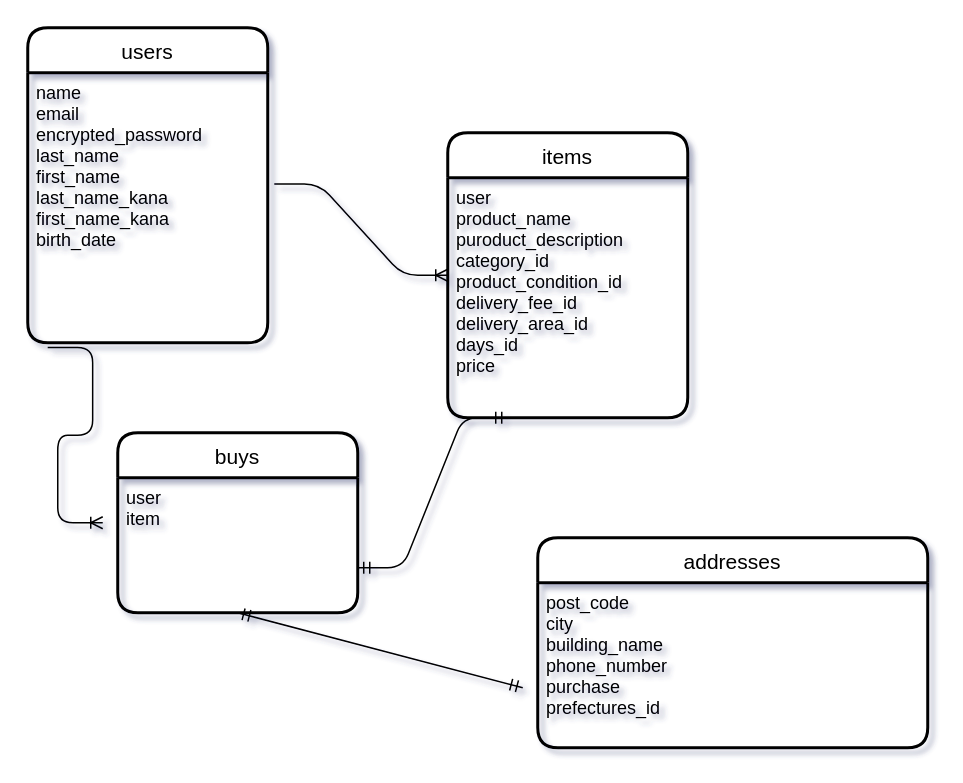
seika-tech/furima-28659 keeps this draw.io diagram as twst.dio. Above is the earlier version. Source tidied: cells renumbered, new cells numbered last; positions are measured from the earlier drawing's top-left corner, leaving out a move shared by most shapes. Both pictures are drawn from the tidied source at 150%, with x=0, y=0 at pixel (27, 27).
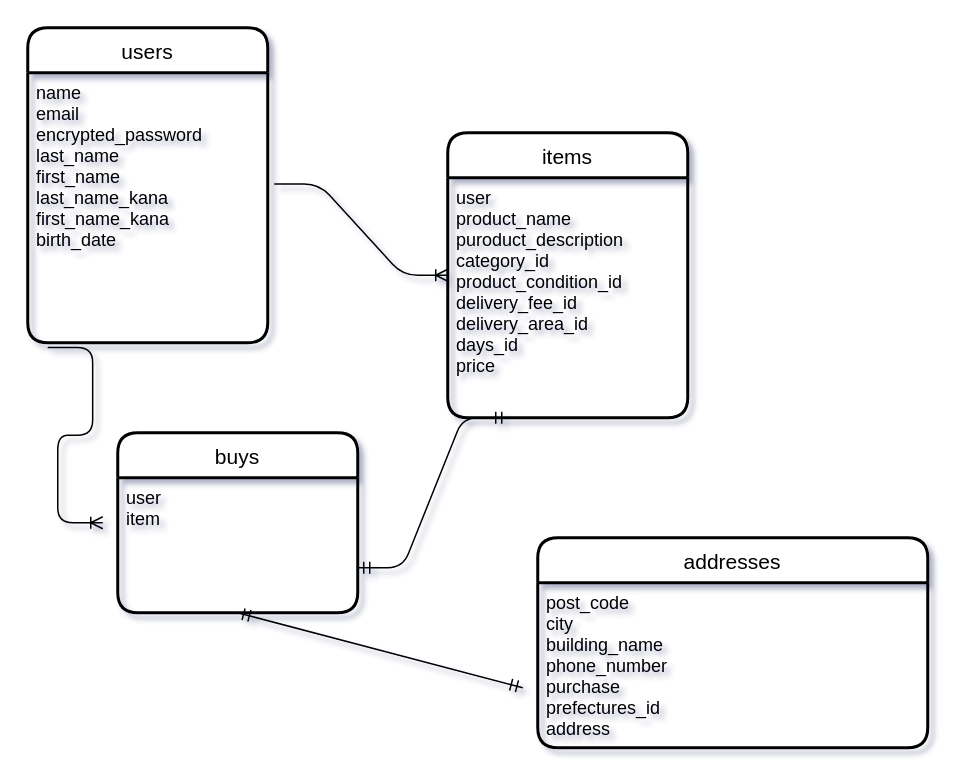
Above is the later version.

Commit message (it also covers changes not shown here):
データベースの修正４

Change to the diagram source:
```diff
@@
 <mxGraphModel shadow="1">
   <root>
     <mxCell id="0" />
     <mxCell id="1" parent="0" />
     <mxCell id="2" style="edgeStyle=none;shape=flexArrow;rounded=0;orthogonalLoop=1;jettySize=auto;html=1;endArrow=async;endFill=1;" parent="1" edge="1">
       <mxGeometry relative="1" as="geometry">
         <mxPoint x="140" y="200" as="sourcePoint" />
         <mxPoint x="140" y="200" as="targetPoint" />
       </mxGeometry>
     </mxCell>
     <mxCell id="3" value="&lt;br&gt;" style="text;html=1;align=center;verticalAlign=middle;" parent="1" vertex="1">
       <mxGeometry x="30" y="90" width="20" height="20" as="geometry" />
     </mxCell>
     <mxCell id="4" value="users" style="swimlane;horizontal=1;startSize=30;rounded=1;fontSize=14;fontStyle=0;strokeWidth=2;shadow=0;dashed=0;align=center;" parent="1" vertex="1">
       <mxGeometry width="160" height="210" as="geometry" />
     </mxCell>
     <mxCell id="5" value="name&#10;email&#10;encrypted_password&#10;last_name&#10;first_name&#10;last_name_kana&#10;first_name_kana&#10;birth_date&#10;" style="align=left;strokeColor=none;fillColor=none;spacingLeft=4;fontSize=12;verticalAlign=top;" parent="4" vertex="1">
       <mxGeometry y="30" width="160" height="180" as="geometry" />
     </mxCell>
     <mxCell id="6" style="edgeStyle=entityRelationEdgeStyle;fontSize=12;html=1;endArrow=ERoneToMany;exitX=0.083;exitY=1.018;exitDx=0;exitDy=0;exitPerimeter=0;" parent="4" edge="1" source="5">
       <mxGeometry relative="1" as="geometry">
         <mxPoint x="50" y="330" as="targetPoint" />
       </mxGeometry>
     </mxCell>
     <mxCell id="7" value="items" style="swimlane;horizontal=1;startSize=30;rounded=1;fontSize=14;fontStyle=0;strokeWidth=2;shadow=0;dashed=0;align=center;" parent="1" vertex="1">
       <mxGeometry x="280" y="70" width="160" height="190" as="geometry" />
     </mxCell>
     <mxCell id="8" value="user&#10;product_name&#10;puroduct_description&#10;category_id&#10;product_condition_id&#10;delivery_fee_id&#10;delivery_area_id&#10;days_id&#10;price&#10;" style="align=left;strokeColor=none;fillColor=none;spacingLeft=4;fontSize=12;verticalAlign=top;" parent="7" vertex="1">
       <mxGeometry y="30" width="160" height="160" as="geometry" />
     </mxCell>
     <mxCell id="9" style="edgeStyle=entityRelationEdgeStyle;fontSize=12;html=1;endArrow=ERoneToMany;exitX=1.027;exitY=0.412;exitDx=0;exitDy=0;exitPerimeter=0;entryX=0;entryY=0.5;entryDx=0;entryDy=0;" parent="1" edge="1" source="5" target="7">
       <mxGeometry relative="1" as="geometry" />
     </mxCell>
     <mxCell id="10" value="buys" style="swimlane;horizontal=1;startSize=30;rounded=1;fontSize=14;fontStyle=0;strokeWidth=2;shadow=0;dashed=0;align=center;" parent="1" vertex="1">
       <mxGeometry x="60" y="270" width="160" height="120" as="geometry" />
     </mxCell>
     <mxCell id="11" value="user&#10;item" style="align=left;strokeColor=none;fillColor=none;spacingLeft=4;fontSize=12;verticalAlign=top;" parent="10" vertex="1">
       <mxGeometry y="30" width="160" height="90" as="geometry" />
     </mxCell>
     <mxCell id="12" style="edgeStyle=entityRelationEdgeStyle;fontSize=12;html=1;endArrow=ERmandOne;startArrow=ERmandOne;" parent="1" edge="1">
       <mxGeometry relative="1" as="geometry">
         <mxPoint x="220" y="360" as="sourcePoint" />
         <mxPoint x="320" y="260" as="targetPoint" />
       </mxGeometry>
     </mxCell>
     <mxCell id="13" style="fontSize=12;html=1;endArrow=ERmandOne;startArrow=ERmandOne;entryX=0.5;entryY=1;entryDx=0;entryDy=0;" parent="1" edge="1" target="11">
       <mxGeometry relative="1" as="geometry">
         <mxPoint x="330" y="440" as="sourcePoint" />
       </mxGeometry>
     </mxCell>
     <mxCell id="14" value="addresses" style="swimlane;horizontal=1;startSize=30;rounded=1;fontSize=14;fontStyle=0;strokeWidth=2;shadow=0;dashed=0;align=center;" parent="1" vertex="1">
       <mxGeometry x="340" y="340" width="260" height="140" as="geometry" />
     </mxCell>
-    <mxCell id="15" value="post_code&#10;city&#10;building_name&#10;phone_number&#10;purchase&#10;prefectures_id" style="align=left;strokeColor=none;fillColor=none;spacingLeft=4;fontSize=12;verticalAlign=top;" parent="14" vertex="1">
+    <mxCell id="15" value="post_code&#10;city&#10;building_name&#10;phone_number&#10;purchase&#10;prefectures_id&#10;address" style="align=left;strokeColor=none;fillColor=none;spacingLeft=4;fontSize=12;verticalAlign=top;" parent="14" vertex="1">
       <mxGeometry y="30" width="260" height="110" as="geometry" />
     </mxCell>
   </root>
 </mxGraphModel>
```
